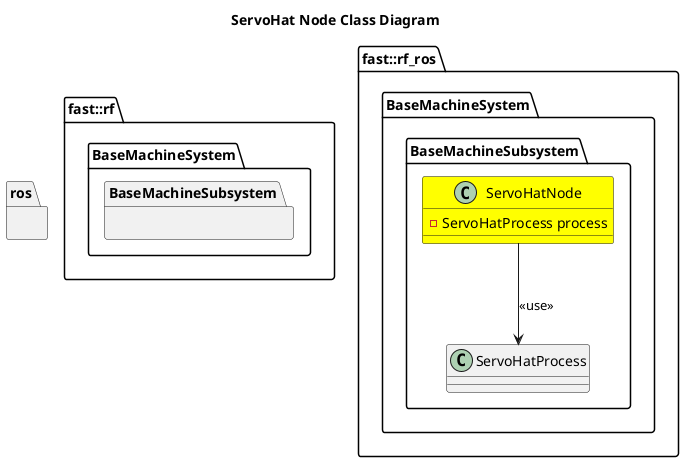
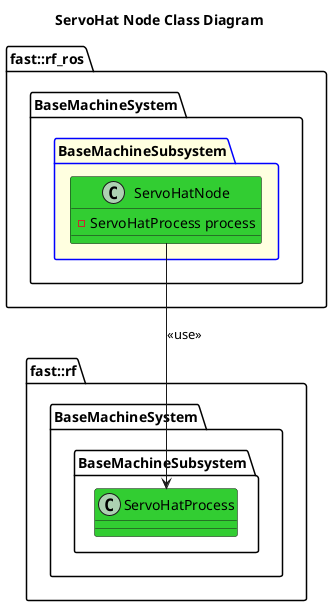
@startuml
title ServoHat Node Class Diagram
- 
- namespace ros {
- }
namespace fast::rf {
    namespace BaseMachineSystem {
        namespace BaseMachineSubsystem {
+             class ServoHatProcess #LimeGreen
        }
    }
}
namespace fast::rf_ros {
   namespace BaseMachineSystem {
-         namespace BaseMachineSubsystem {
-             class ServoHatNode #Yellow {
+         package BaseMachineSubsystem #LightYellow;line:blue {
+             class ServoHatNode #LimeGreen {
                -ServoHatProcess process
            }
            ServoHatNode --> ServoHatProcess: <<use>>
        }
    }
}
@enduml
